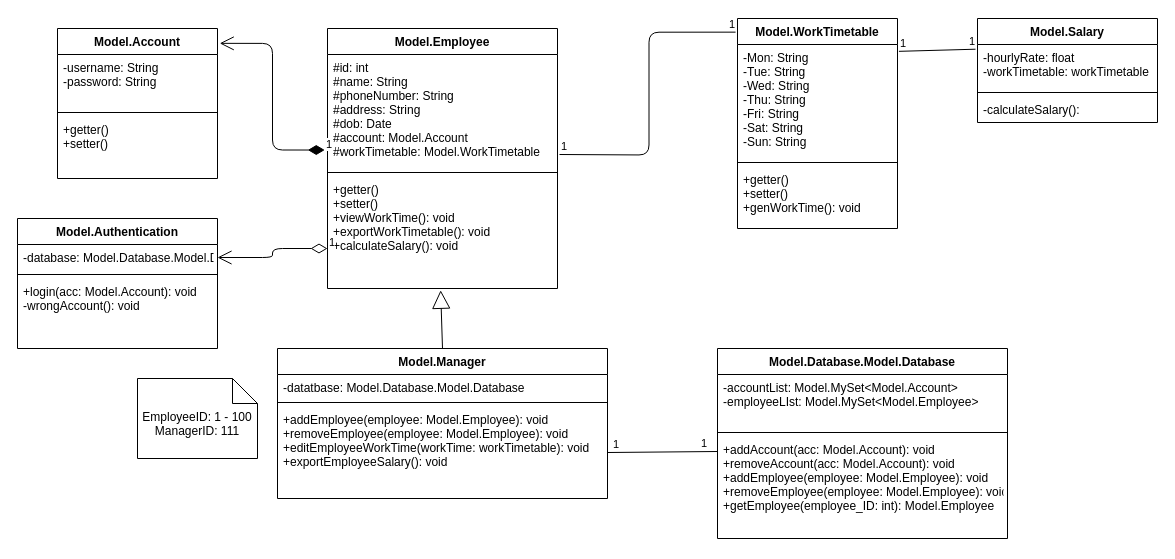
Before: Diagram/Class Diagram.drawio in hakunhan/employee_management, a draw.io diagram. Source tidied: cells renumbered, new cells numbered last; positions are measured from the earlier drawing's top-left corner, leaving out a move shared by most shapes. Both pictures are drawn from the tidied source at 100%, with x=0, y=0 at pixel (17, 18).
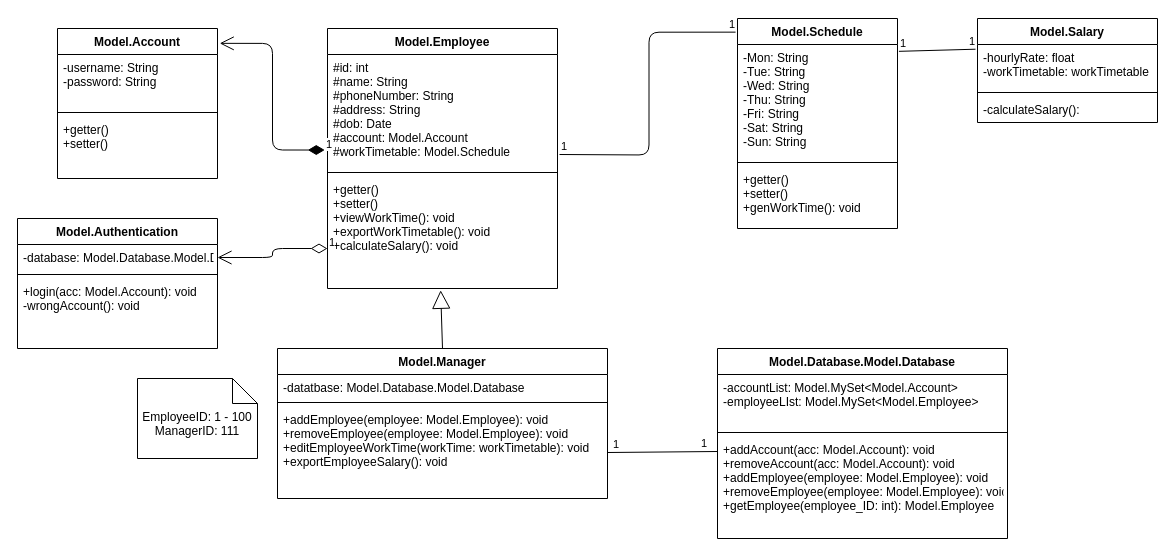
After the change.

Unchanged cells that the change refers to:
```xml
<mxCell id="2" value="Model.Employee" style="swimlane;fontStyle=1;align=center;verticalAlign=top;horizontal=1;startSize=26;" parent="1" vertex="1">
  <mxGeometry x="310" y="10" width="230" height="260" as="geometry" />
</mxCell>
```

Diff of the diagram source:
```diff
@@
-    <mxCell id="3" value="#id: int&#10;#name: String &#10;#phoneNumber: String &#10;#address: String &#10;#dob: Date &#10;#account: Model.Account&#10;#workTimetable: Model.WorkTimetable&#10;&#10;&#10;&#10;" style="text;strokeColor=none;fillColor=none;align=left;verticalAlign=top;spacingLeft=4;spacingRight=4;overflow=hidden;points=[[0,0.5],[1,0.5]];portConstraint=eastwest;labelBackgroundColor=#ffffff;" parent="2" vertex="1">
+    <mxCell id="3" value="#id: int&#10;#name: String &#10;#phoneNumber: String &#10;#address: String &#10;#dob: Date &#10;#account: Model.Account&#10;#workTimetable: Model.Schedule&#10;&#10;&#10;&#10;" style="text;strokeColor=none;fillColor=none;align=left;verticalAlign=top;spacingLeft=4;spacingRight=4;overflow=hidden;points=[[0,0.5],[1,0.5]];portConstraint=eastwest;labelBackgroundColor=#ffffff;" parent="2" vertex="1">
       <mxGeometry y="26" width="230" height="114" as="geometry" />
     </mxCell>
@@
-    <mxCell id="11" value="Model.WorkTimetable" style="swimlane;fontStyle=1;align=center;verticalAlign=top;horizontal=1;startSize=26;labelBackgroundColor=#ffffff;" parent="1" vertex="1">
+    <mxCell id="11" value="Model.Schedule" style="swimlane;fontStyle=1;align=center;verticalAlign=top;horizontal=1;startSize=26;labelBackgroundColor=#ffffff;" parent="1" vertex="1">
       <mxGeometry x="720" width="160" height="210" as="geometry" />
     </mxCell>
```
